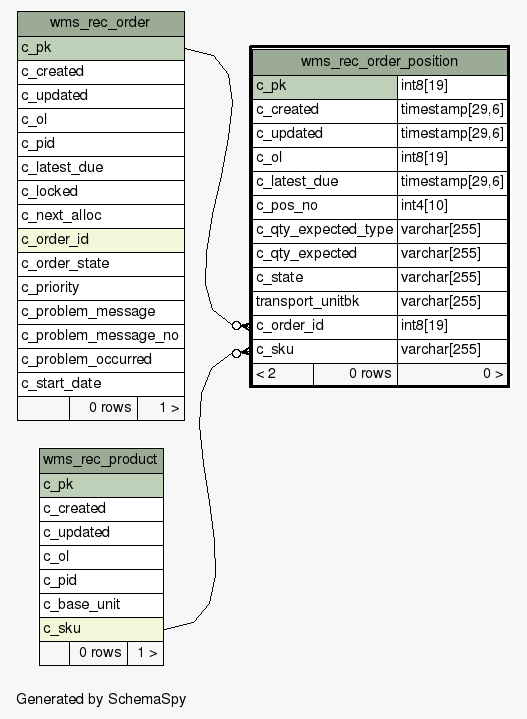
Before: schemaspy/diagrams/wms_rec_order_position.1degree.png, a diagram exported from Graphviz (openwms/org.openwms.wms.receiving.lib). Its source is kept beside it as schemaspy/diagrams/wms_rec_order_position.1degree.dot.
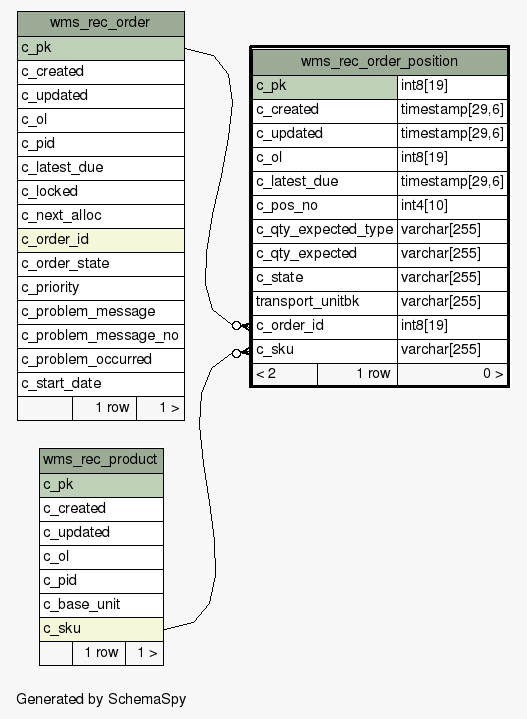
The same file after the commit.

The edit, as a diff of the source:
```diff
@@ -38,7 +38,7 @@
       <TR><TD PORT="c_problem_message_no" COLSPAN="3" ALIGN="LEFT">c_problem_message_no</TD></TR>
       <TR><TD PORT="c_problem_occurred" COLSPAN="3" ALIGN="LEFT">c_problem_occurred</TD></TR>
       <TR><TD PORT="c_start_date" COLSPAN="3" ALIGN="LEFT">c_start_date</TD></TR>
-      <TR><TD ALIGN="LEFT" BGCOLOR="#f7f7f7">  </TD><TD ALIGN="RIGHT" BGCOLOR="#f7f7f7">0 rows</TD><TD ALIGN="RIGHT" BGCOLOR="#f7f7f7">1 &gt;</TD></TR>
+      <TR><TD ALIGN="LEFT" BGCOLOR="#f7f7f7">  </TD><TD ALIGN="RIGHT" BGCOLOR="#f7f7f7">1 row</TD><TD ALIGN="RIGHT" BGCOLOR="#f7f7f7">1 &gt;</TD></TR>
     </TABLE>>
     URL="wms_rec_order.html"
     tooltip="wms_rec_order"
@@ -59,7 +59,7 @@
       <TR><TD PORT="transport_unitbk" COLSPAN="2" ALIGN="LEFT">transport_unitbk</TD><TD PORT="transport_unitbk.type" ALIGN="LEFT">varchar[255]</TD></TR>
       <TR><TD PORT="c_order_id" COLSPAN="2" ALIGN="LEFT">c_order_id</TD><TD PORT="c_order_id.type" ALIGN="LEFT">int8[19]</TD></TR>
       <TR><TD PORT="c_sku" COLSPAN="2" ALIGN="LEFT">c_sku</TD><TD PORT="c_sku.type" ALIGN="LEFT">varchar[255]</TD></TR>
-      <TR><TD ALIGN="LEFT" BGCOLOR="#f7f7f7">&lt; 2</TD><TD ALIGN="RIGHT" BGCOLOR="#f7f7f7">0 rows</TD><TD ALIGN="RIGHT" BGCOLOR="#f7f7f7">0 &gt;</TD></TR>
+      <TR><TD ALIGN="LEFT" BGCOLOR="#f7f7f7">&lt; 2</TD><TD ALIGN="RIGHT" BGCOLOR="#f7f7f7">1 row</TD><TD ALIGN="RIGHT" BGCOLOR="#f7f7f7">0 &gt;</TD></TR>
     </TABLE>>
     URL="wms_rec_order_position.html"
     tooltip="wms_rec_order_position"
@@ -75,7 +75,7 @@
       <TR><TD PORT="c_pid" COLSPAN="3" ALIGN="LEFT">c_pid</TD></TR>
       <TR><TD PORT="c_base_unit" COLSPAN="3" ALIGN="LEFT">c_base_unit</TD></TR>
       <TR><TD PORT="c_sku" COLSPAN="3" BGCOLOR="#f4f7da" ALIGN="LEFT">c_sku</TD></TR>
-      <TR><TD ALIGN="LEFT" BGCOLOR="#f7f7f7">  </TD><TD ALIGN="RIGHT" BGCOLOR="#f7f7f7">0 rows</TD><TD ALIGN="RIGHT" BGCOLOR="#f7f7f7">1 &gt;</TD></TR>
+      <TR><TD ALIGN="LEFT" BGCOLOR="#f7f7f7">  </TD><TD ALIGN="RIGHT" BGCOLOR="#f7f7f7">1 row</TD><TD ALIGN="RIGHT" BGCOLOR="#f7f7f7">1 &gt;</TD></TR>
     </TABLE>>
     URL="wms_rec_product.html"
     tooltip="wms_rec_product"
```
